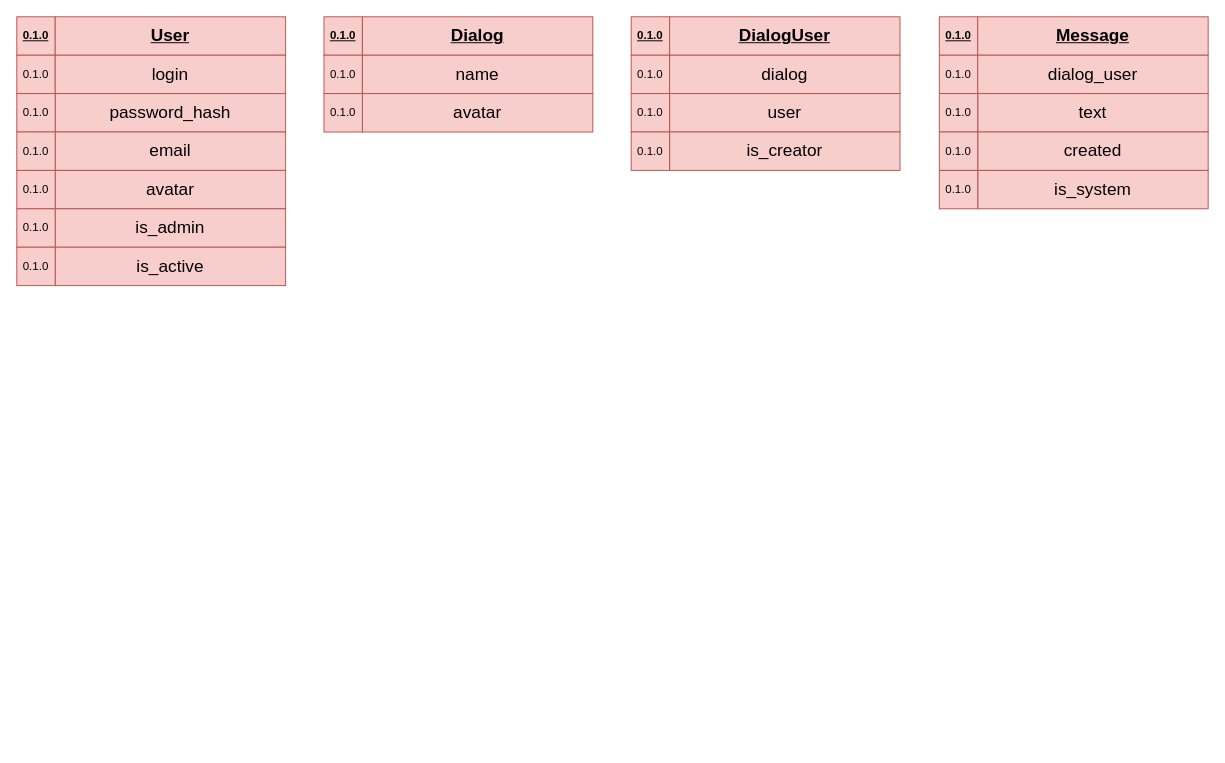
Earlier version of the draw.io diagram page "Models" (2 of 4) of docs.drawio (UlfSct/bench_be_app). Source tidied: cells renumbered, new cells numbered last; positions are measured from the earlier drawing's top-left corner, leaving out a move shared by most shapes. Both pictures are drawn from the tidied source at 96%, with x=0, y=0 at pixel (16, 16).
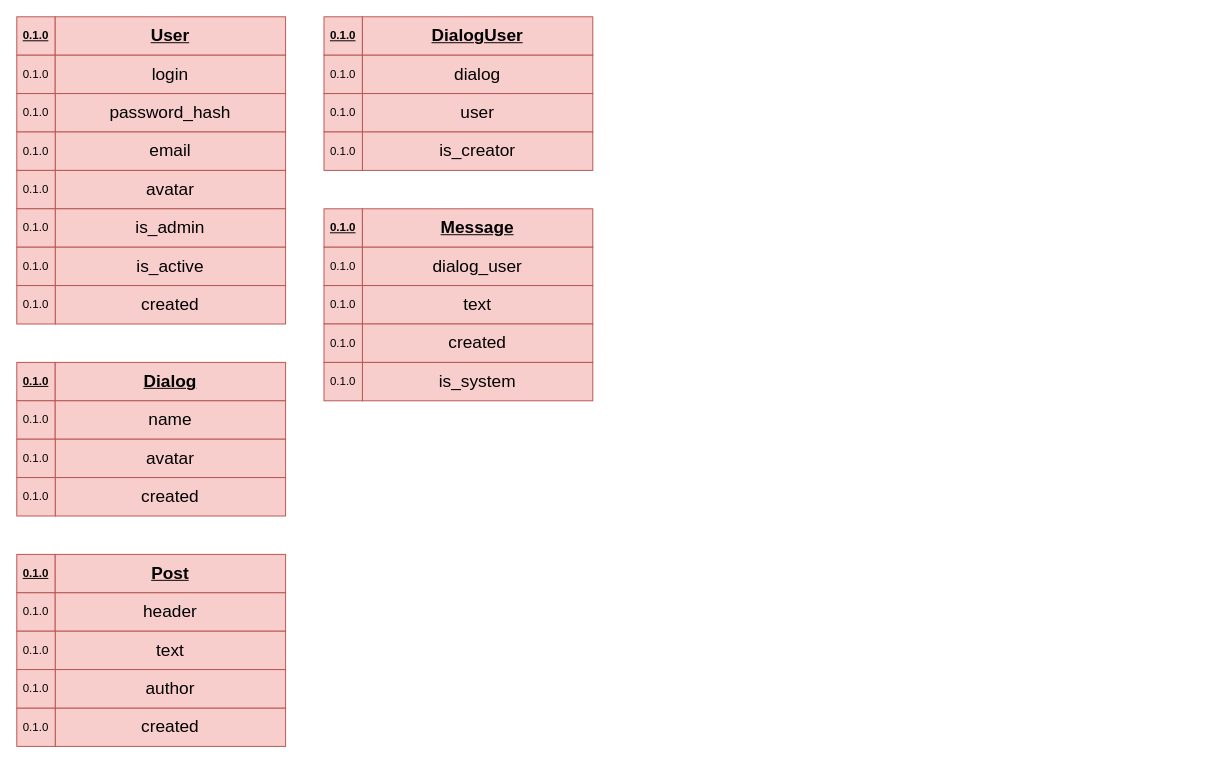
The same page after the edit.

The edit, as a diff of the source:
```diff
@@
     <mxCell id="12" value="0.1.0" style="rounded=0;whiteSpace=wrap;html=1;fontStyle=5;fillColor=#f8cecc;strokeColor=#b85450;" parent="1" vertex="1">
-      <mxGeometry x="320" width="40" height="40" as="geometry" />
+      <mxGeometry y="360" width="40" height="40" as="geometry" />
     </mxCell>
     <mxCell id="13" value="&lt;font style=&quot;font-size: 18px;&quot;&gt;Dialog&lt;/font&gt;" style="rounded=0;whiteSpace=wrap;html=1;fontStyle=5;fillColor=#f8cecc;strokeColor=#b85450;" parent="1" vertex="1">
-      <mxGeometry x="360" width="240" height="40" as="geometry" />
+      <mxGeometry x="40" y="360" width="240" height="40" as="geometry" />
     </mxCell>
     <mxCell id="14" value="0.1.0" style="rounded=0;whiteSpace=wrap;html=1;fillColor=#f8cecc;strokeColor=#b85450;" parent="1" vertex="1">
-      <mxGeometry x="320" y="40" width="40" height="40" as="geometry" />
+      <mxGeometry y="400" width="40" height="40" as="geometry" />
     </mxCell>
     <mxCell id="15" value="&lt;font style=&quot;font-size: 18px;&quot;&gt;name&lt;/font&gt;" style="rounded=0;whiteSpace=wrap;html=1;fillColor=#f8cecc;strokeColor=#b85450;" parent="1" vertex="1">
-      <mxGeometry x="360" y="40" width="240" height="40" as="geometry" />
+      <mxGeometry x="40" y="400" width="240" height="40" as="geometry" />
     </mxCell>
     <mxCell id="16" value="&lt;span style=&quot;font-size: 18px;&quot;&gt;avatar&lt;/span&gt;" style="rounded=0;whiteSpace=wrap;html=1;fillColor=#f8cecc;strokeColor=#b85450;" parent="1" vertex="1">
-      <mxGeometry x="360" y="80" width="240" height="40" as="geometry" />
+      <mxGeometry x="40" y="440" width="240" height="40" as="geometry" />
     </mxCell>
     <mxCell id="17" value="0.1.0" style="rounded=0;whiteSpace=wrap;html=1;fillColor=#f8cecc;strokeColor=#b85450;" parent="1" vertex="1">
-      <mxGeometry x="320" y="80" width="40" height="40" as="geometry" />
+      <mxGeometry y="440" width="40" height="40" as="geometry" />
     </mxCell>
     <mxCell id="18" value="0.1.0" style="rounded=0;whiteSpace=wrap;html=1;fontStyle=5;fillColor=#f8cecc;strokeColor=#b85450;" parent="1" vertex="1">
-      <mxGeometry x="640" width="40" height="40" as="geometry" />
+      <mxGeometry x="320" width="40" height="40" as="geometry" />
     </mxCell>
     <mxCell id="19" value="&lt;font style=&quot;font-size: 18px;&quot;&gt;DialogUser&lt;/font&gt;" style="rounded=0;whiteSpace=wrap;html=1;fontStyle=5;fillColor=#f8cecc;strokeColor=#b85450;" parent="1" vertex="1">
-      <mxGeometry x="680" width="240" height="40" as="geometry" />
+      <mxGeometry x="360" width="240" height="40" as="geometry" />
     </mxCell>
     <mxCell id="20" value="0.1.0" style="rounded=0;whiteSpace=wrap;html=1;fillColor=#f8cecc;strokeColor=#b85450;" parent="1" vertex="1">
-      <mxGeometry x="640" y="40" width="40" height="40" as="geometry" />
+      <mxGeometry x="320" y="40" width="40" height="40" as="geometry" />
     </mxCell>
     <mxCell id="21" value="&lt;font style=&quot;font-size: 18px;&quot;&gt;dialog&lt;/font&gt;" style="rounded=0;whiteSpace=wrap;html=1;fillColor=#f8cecc;strokeColor=#b85450;" parent="1" vertex="1">
-      <mxGeometry x="680" y="40" width="240" height="40" as="geometry" />
+      <mxGeometry x="360" y="40" width="240" height="40" as="geometry" />
     </mxCell>
     <mxCell id="22" value="&lt;span style=&quot;font-size: 18px;&quot;&gt;user&lt;/span&gt;" style="rounded=0;whiteSpace=wrap;html=1;fillColor=#f8cecc;strokeColor=#b85450;" parent="1" vertex="1">
-      <mxGeometry x="680" y="80" width="240" height="40" as="geometry" />
+      <mxGeometry x="360" y="80" width="240" height="40" as="geometry" />
     </mxCell>
     <mxCell id="23" value="0.1.0" style="rounded=0;whiteSpace=wrap;html=1;fillColor=#f8cecc;strokeColor=#b85450;" parent="1" vertex="1">
-      <mxGeometry x="640" y="80" width="40" height="40" as="geometry" />
+      <mxGeometry x="320" y="80" width="40" height="40" as="geometry" />
     </mxCell>
     <mxCell id="24" value="&lt;span style=&quot;font-size: 18px;&quot;&gt;is_creator&lt;/span&gt;" style="rounded=0;whiteSpace=wrap;html=1;fillColor=#f8cecc;strokeColor=#b85450;" parent="1" vertex="1">
-      <mxGeometry x="680" y="120" width="240" height="40" as="geometry" />
+      <mxGeometry x="360" y="120" width="240" height="40" as="geometry" />
     </mxCell>
     <mxCell id="25" value="0.1.0" style="rounded=0;whiteSpace=wrap;html=1;fillColor=#f8cecc;strokeColor=#b85450;" parent="1" vertex="1">
-      <mxGeometry x="640" y="120" width="40" height="40" as="geometry" />
+      <mxGeometry x="320" y="120" width="40" height="40" as="geometry" />
     </mxCell>
     <mxCell id="26" value="0.1.0" style="rounded=0;whiteSpace=wrap;html=1;fontStyle=5;fillColor=#f8cecc;strokeColor=#b85450;" parent="1" vertex="1">
-      <mxGeometry x="961" width="40" height="40" as="geometry" />
+      <mxGeometry x="320" y="200" width="40" height="40" as="geometry" />
     </mxCell>
     <mxCell id="27" value="&lt;font style=&quot;font-size: 18px;&quot;&gt;Message&lt;/font&gt;" style="rounded=0;whiteSpace=wrap;html=1;fontStyle=5;fillColor=#f8cecc;strokeColor=#b85450;" parent="1" vertex="1">
-      <mxGeometry x="1001" width="240" height="40" as="geometry" />
+      <mxGeometry x="360" y="200" width="240" height="40" as="geometry" />
     </mxCell>
     <mxCell id="28" value="0.1.0" style="rounded=0;whiteSpace=wrap;html=1;fillColor=#f8cecc;strokeColor=#b85450;" parent="1" vertex="1">
-      <mxGeometry x="961" y="40" width="40" height="40" as="geometry" />
+      <mxGeometry x="320" y="240" width="40" height="40" as="geometry" />
     </mxCell>
     <mxCell id="29" value="&lt;font style=&quot;font-size: 18px;&quot;&gt;dialog_user&lt;/font&gt;" style="rounded=0;whiteSpace=wrap;html=1;fillColor=#f8cecc;strokeColor=#b85450;" parent="1" vertex="1">
-      <mxGeometry x="1001" y="40" width="240" height="40" as="geometry" />
+      <mxGeometry x="360" y="240" width="240" height="40" as="geometry" />
     </mxCell>
     <mxCell id="30" value="&lt;span style=&quot;font-size: 18px;&quot;&gt;text&lt;/span&gt;" style="rounded=0;whiteSpace=wrap;html=1;fillColor=#f8cecc;strokeColor=#b85450;" parent="1" vertex="1">
-      <mxGeometry x="1001" y="80" width="240" height="40" as="geometry" />
+      <mxGeometry x="360" y="280" width="240" height="40" as="geometry" />
     </mxCell>
     <mxCell id="31" value="0.1.0" style="rounded=0;whiteSpace=wrap;html=1;fillColor=#f8cecc;strokeColor=#b85450;" parent="1" vertex="1">
-      <mxGeometry x="961" y="80" width="40" height="40" as="geometry" />
+      <mxGeometry x="320" y="280" width="40" height="40" as="geometry" />
     </mxCell>
     <mxCell id="32" value="&lt;span style=&quot;font-size: 18px;&quot;&gt;created&lt;/span&gt;" style="rounded=0;whiteSpace=wrap;html=1;fillColor=#f8cecc;strokeColor=#b85450;" parent="1" vertex="1">
-      <mxGeometry x="1001" y="120" width="240" height="40" as="geometry" />
+      <mxGeometry x="360" y="320" width="240" height="40" as="geometry" />
     </mxCell>
     <mxCell id="33" value="0.1.0" style="rounded=0;whiteSpace=wrap;html=1;fillColor=#f8cecc;strokeColor=#b85450;" parent="1" vertex="1">
-      <mxGeometry x="961" y="120" width="40" height="40" as="geometry" />
+      <mxGeometry x="320" y="320" width="40" height="40" as="geometry" />
     </mxCell>
@@
     <mxCell id="38" value="&lt;span style=&quot;font-size: 18px;&quot;&gt;is_system&lt;/span&gt;" style="rounded=0;whiteSpace=wrap;html=1;fillColor=#f8cecc;strokeColor=#b85450;" parent="1" vertex="1">
-      <mxGeometry x="1001" y="160" width="240" height="40" as="geometry" />
+      <mxGeometry x="360" y="360" width="240" height="40" as="geometry" />
     </mxCell>
     <mxCell id="39" value="0.1.0" style="rounded=0;whiteSpace=wrap;html=1;fillColor=#f8cecc;strokeColor=#b85450;" parent="1" vertex="1">
-      <mxGeometry x="961" y="160" width="40" height="40" as="geometry" />
+      <mxGeometry x="320" y="360" width="40" height="40" as="geometry" />
     </mxCell>
+    <mxCell id="40" value="&lt;span style=&quot;font-size: 18px;&quot;&gt;created&lt;/span&gt;" style="rounded=0;whiteSpace=wrap;html=1;fillColor=#f8cecc;strokeColor=#b85450;" parent="1" vertex="1">
+      <mxGeometry x="40" y="280" width="240" height="40" as="geometry" />
+    </mxCell>
+    <mxCell id="41" value="0.1.0" style="rounded=0;whiteSpace=wrap;html=1;fillColor=#f8cecc;strokeColor=#b85450;" parent="1" vertex="1">
+      <mxGeometry y="280" width="40" height="40" as="geometry" />
+    </mxCell>
+    <mxCell id="42" value="0.1.0" style="rounded=0;whiteSpace=wrap;html=1;fontStyle=5;fillColor=#f8cecc;strokeColor=#b85450;" parent="1" vertex="1">
+      <mxGeometry y="560" width="40" height="40" as="geometry" />
+    </mxCell>
+    <mxCell id="43" value="&lt;font style=&quot;font-size: 18px;&quot;&gt;Post&lt;/font&gt;" style="rounded=0;whiteSpace=wrap;html=1;fontStyle=5;fillColor=#f8cecc;strokeColor=#b85450;" parent="1" vertex="1">
+      <mxGeometry x="40" y="560" width="240" height="40" as="geometry" />
+    </mxCell>
+    <mxCell id="44" value="0.1.0" style="rounded=0;whiteSpace=wrap;html=1;fillColor=#f8cecc;strokeColor=#b85450;" parent="1" vertex="1">
+      <mxGeometry y="600" width="40" height="40" as="geometry" />
+    </mxCell>
+    <mxCell id="45" value="&lt;font style=&quot;font-size: 18px;&quot;&gt;header&lt;/font&gt;" style="rounded=0;whiteSpace=wrap;html=1;fillColor=#f8cecc;strokeColor=#b85450;" parent="1" vertex="1">
+      <mxGeometry x="40" y="600" width="240" height="40" as="geometry" />
+    </mxCell>
+    <mxCell id="46" value="&lt;font style=&quot;font-size: 18px;&quot;&gt;text&lt;/font&gt;" style="rounded=0;whiteSpace=wrap;html=1;fillColor=#f8cecc;strokeColor=#b85450;" parent="1" vertex="1">
+      <mxGeometry x="40" y="640" width="240" height="40" as="geometry" />
+    </mxCell>
+    <mxCell id="47" value="0.1.0" style="rounded=0;whiteSpace=wrap;html=1;fillColor=#f8cecc;strokeColor=#b85450;" parent="1" vertex="1">
+      <mxGeometry y="640" width="40" height="40" as="geometry" />
+    </mxCell>
+    <mxCell id="48" value="&lt;span style=&quot;font-size: 18px;&quot;&gt;created&lt;/span&gt;" style="rounded=0;whiteSpace=wrap;html=1;fillColor=#f8cecc;strokeColor=#b85450;" parent="1" vertex="1">
+      <mxGeometry x="40" y="720" width="240" height="40" as="geometry" />
+    </mxCell>
+    <mxCell id="49" value="0.1.0" style="rounded=0;whiteSpace=wrap;html=1;fillColor=#f8cecc;strokeColor=#b85450;" parent="1" vertex="1">
+      <mxGeometry y="720" width="40" height="40" as="geometry" />
+    </mxCell>
+    <mxCell id="50" value="&lt;font style=&quot;font-size: 18px;&quot;&gt;author&lt;/font&gt;" style="rounded=0;whiteSpace=wrap;html=1;fillColor=#f8cecc;strokeColor=#b85450;" parent="1" vertex="1">
+      <mxGeometry x="40" y="680" width="240" height="40" as="geometry" />
+    </mxCell>
+    <mxCell id="51" value="0.1.0" style="rounded=0;whiteSpace=wrap;html=1;fillColor=#f8cecc;strokeColor=#b85450;" parent="1" vertex="1">
+      <mxGeometry y="680" width="40" height="40" as="geometry" />
+    </mxCell>
+    <mxCell id="52" value="&lt;span style=&quot;font-size: 18px;&quot;&gt;created&lt;/span&gt;" style="rounded=0;whiteSpace=wrap;html=1;fillColor=#f8cecc;strokeColor=#b85450;" parent="1" vertex="1">
+      <mxGeometry x="40" y="480" width="240" height="40" as="geometry" />
+    </mxCell>
+    <mxCell id="53" value="0.1.0" style="rounded=0;whiteSpace=wrap;html=1;fillColor=#f8cecc;strokeColor=#b85450;" parent="1" vertex="1">
+      <mxGeometry y="480" width="40" height="40" as="geometry" />
+    </mxCell>
```
